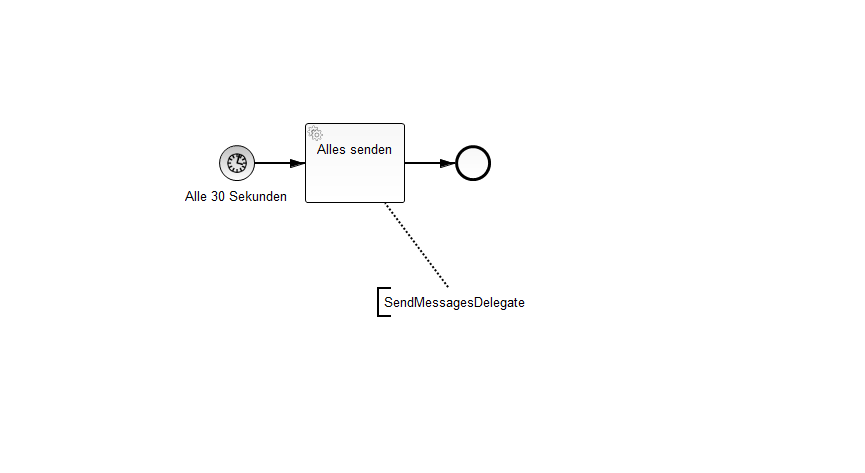
Above: resourceplanning-bpm/src/main/resources/MailTriggerProcess.png in gheddie/speedys-resourceplanning (BPMN), before the change. Its source is kept beside it as resourceplanning-bpm/src/main/resources/MailTriggerProcess.bpmn. Ids are renumbered.
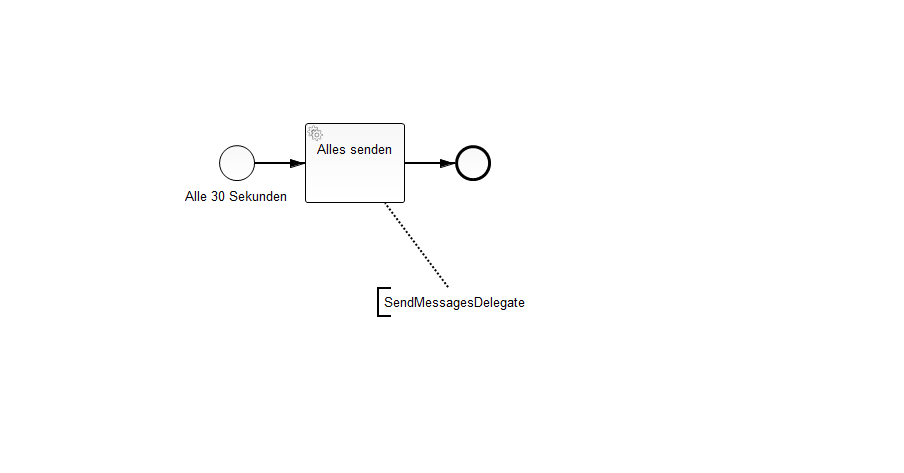
The same diagram one commit later.

Change to the diagram source:
```diff
@@ -2,9 +2,6 @@
   <bpmn2:process id="MailTriggerProcess" isExecutable="true">
     <bpmn2:startEvent id="StartEvent_1" name="Alle 30 Sekunden">
       <bpmn2:outgoing>SequenceFlow_1</bpmn2:outgoing>
-      <bpmn2:timerEventDefinition id="_TimerEventDefinition_2">
-        <bpmn2:timeCycle xsi:type="bpmn2:tFormalExpression">R/PT30S</bpmn2:timeCycle>
-      </bpmn2:timerEventDefinition>
     </bpmn2:startEvent>
     <bpmn2:serviceTask id="ServiceTask_1" camunda:class="de.trispeedys.resourceplanning.delegate.mailtrigger.SendMessagesDelegate" name="Alles senden">
       <bpmn2:incoming>SequenceFlow_1</bpmn2:incoming>
```
